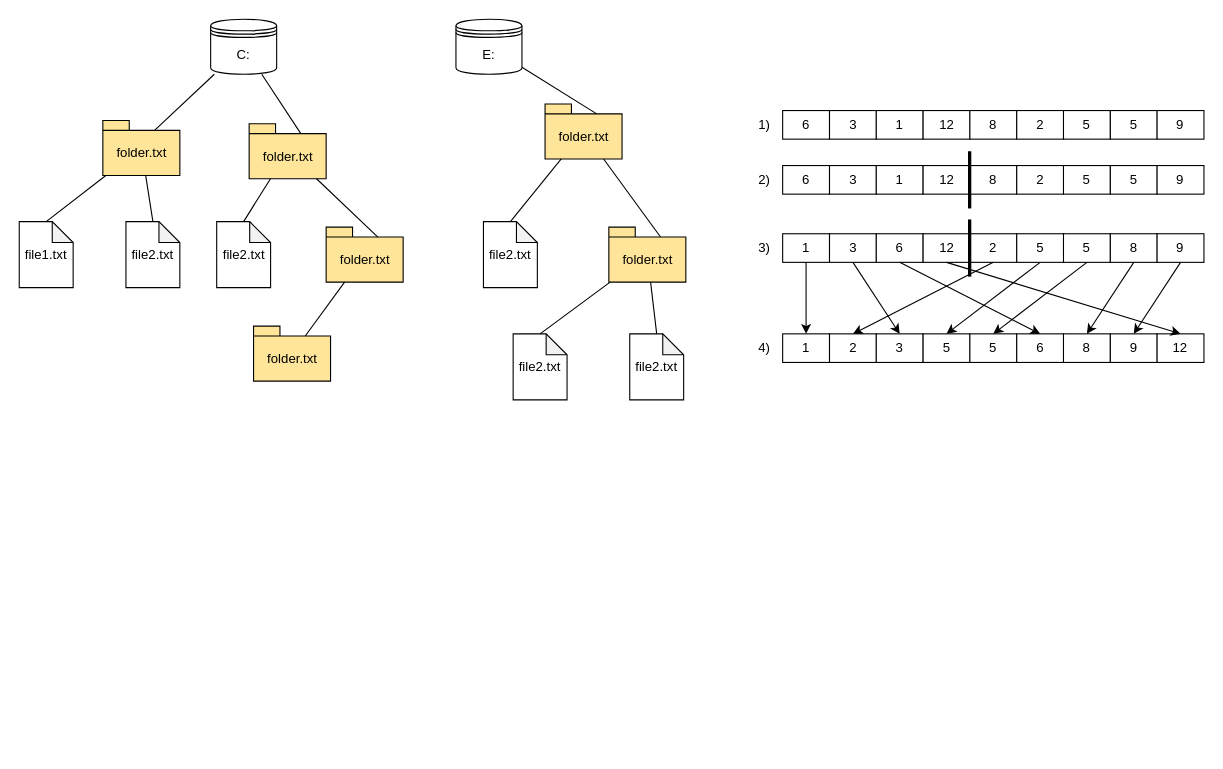
The draw.io diagram Tree.drawio in mycatislovely/python_study, before the edit. Source tidied: cells renumbered, new cells numbered last; positions are measured from the earlier drawing's top-left corner, leaving out a move shared by most shapes. Both pictures are drawn from the tidied source at 110%, with x=0, y=0 at pixel (19, 19).
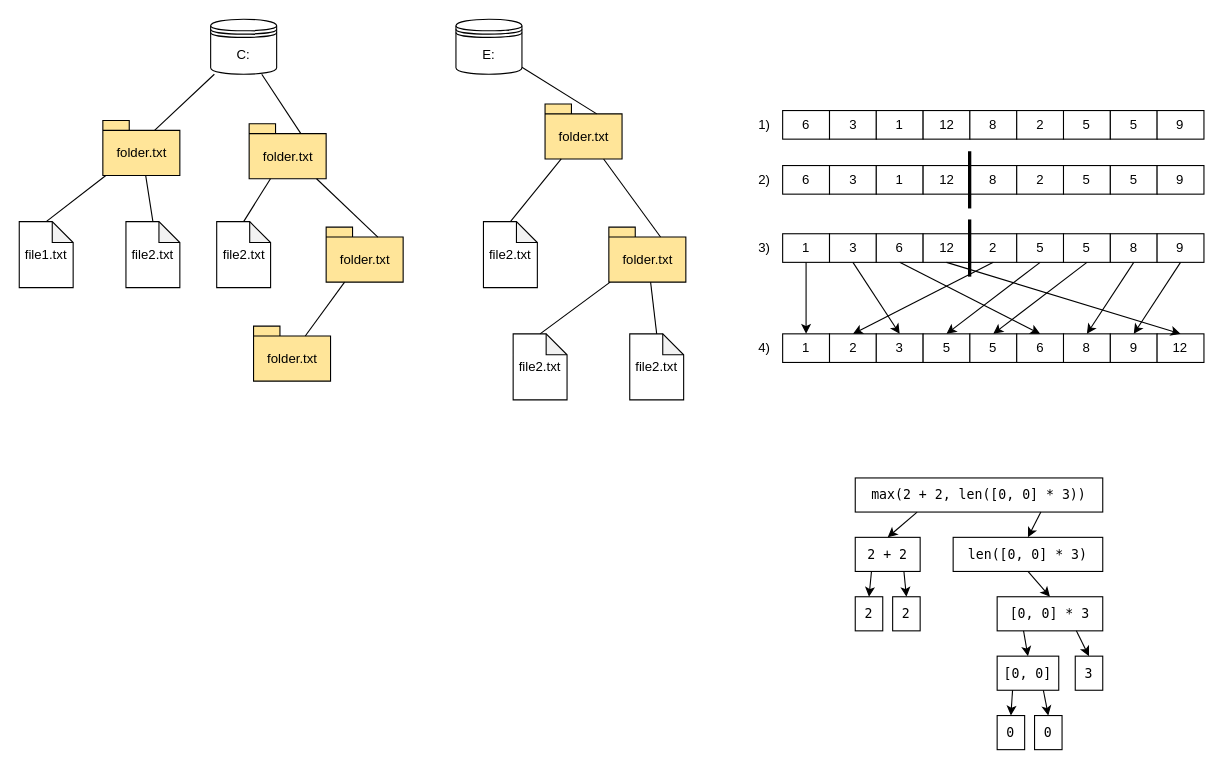
The same page after the edit.

What changed in the source:
```diff
@@
+    <mxCell id="83" value="max(2 + 2, len([0, 0] * 3))" style="rounded=0;whiteSpace=wrap;html=1;fontFamily=Lucida Console;" parent="1" vertex="1">
+      <mxGeometry x="760" y="417" width="225" height="31" as="geometry" />
+    </mxCell>
+    <mxCell id="84" value="2 + 2" style="rounded=0;whiteSpace=wrap;html=1;fontFamily=Lucida Console;" parent="1" vertex="1">
+      <mxGeometry x="760" y="471" width="59" height="31" as="geometry" />
+    </mxCell>
+    <mxCell id="85" style="endArrow=classic;html=1;rounded=0;strokeColor=default;strokeWidth=1;fontFamily=Lucida Console;exitX=0.25;exitY=1;exitDx=0;exitDy=0;entryX=0.5;entryY=0;entryDx=0;entryDy=0;" parent="1" edge="1" source="83" target="84">
+      <mxGeometry relative="1" as="geometry" />
+    </mxCell>
+    <mxCell id="86" value="len([0, 0] * 3)" style="rounded=0;whiteSpace=wrap;html=1;fontFamily=Lucida Console;" parent="1" vertex="1">
+      <mxGeometry x="849" y="471" width="136" height="31" as="geometry" />
+    </mxCell>
+    <mxCell id="87" style="endArrow=classic;html=1;rounded=0;strokeColor=default;strokeWidth=1;fontFamily=Lucida Console;exitX=0.75;exitY=1;exitDx=0;exitDy=0;entryX=0.5;entryY=0;entryDx=0;entryDy=0;" parent="1" edge="1" source="83" target="86">
+      <mxGeometry relative="1" as="geometry" />
+    </mxCell>
+    <mxCell id="88" value="2" style="rounded=0;whiteSpace=wrap;html=1;fontFamily=Lucida Console;" parent="1" vertex="1">
+      <mxGeometry x="760" y="525" width="25" height="31" as="geometry" />
+    </mxCell>
+    <mxCell id="89" style="endArrow=classic;html=1;rounded=0;strokeColor=default;strokeWidth=1;fontFamily=Lucida Console;exitX=0.25;exitY=1;exitDx=0;exitDy=0;entryX=0.5;entryY=0;entryDx=0;entryDy=0;" parent="1" edge="1" source="84" target="88">
+      <mxGeometry relative="1" as="geometry" />
+    </mxCell>
+    <mxCell id="90" value="2" style="rounded=0;whiteSpace=wrap;html=1;fontFamily=Lucida Console;" parent="1" vertex="1">
+      <mxGeometry x="794" y="525" width="25" height="31" as="geometry" />
+    </mxCell>
+    <mxCell id="91" style="endArrow=classic;html=1;rounded=0;strokeColor=default;strokeWidth=1;fontFamily=Lucida Console;exitX=0.75;exitY=1;exitDx=0;exitDy=0;entryX=0.5;entryY=0;entryDx=0;entryDy=0;" parent="1" edge="1" source="84" target="90">
+      <mxGeometry relative="1" as="geometry" />
+    </mxCell>
+    <mxCell id="92" value="[0, 0] * 3" style="rounded=0;whiteSpace=wrap;html=1;fontFamily=Lucida Console;" parent="1" vertex="1">
+      <mxGeometry x="889" y="525" width="96" height="31" as="geometry" />
+    </mxCell>
+    <mxCell id="93" style="endArrow=classic;html=1;rounded=0;strokeColor=default;strokeWidth=1;fontFamily=Lucida Console;exitX=0.5;exitY=1;exitDx=0;exitDy=0;entryX=0.5;entryY=0;entryDx=0;entryDy=0;" parent="1" edge="1" source="86" target="92">
+      <mxGeometry relative="1" as="geometry" />
+    </mxCell>
+    <mxCell id="94" value="[0, 0]" style="rounded=0;whiteSpace=wrap;html=1;fontFamily=Lucida Console;" parent="1" vertex="1">
+      <mxGeometry x="889" y="579" width="56" height="31" as="geometry" />
+    </mxCell>
+    <mxCell id="95" value="3" style="rounded=0;whiteSpace=wrap;html=1;fontFamily=Lucida Console;" parent="1" vertex="1">
+      <mxGeometry x="960" y="579" width="25" height="31" as="geometry" />
+    </mxCell>
+    <mxCell id="96" style="endArrow=classic;html=1;rounded=0;strokeColor=default;strokeWidth=1;fontFamily=Lucida Console;exitX=0.75;exitY=1;exitDx=0;exitDy=0;entryX=0.5;entryY=0;entryDx=0;entryDy=0;" parent="1" edge="1" source="92" target="95">
+      <mxGeometry relative="1" as="geometry" />
+    </mxCell>
+    <mxCell id="97" style="endArrow=classic;html=1;rounded=0;strokeColor=default;strokeWidth=1;fontFamily=Lucida Console;exitX=0.25;exitY=1;exitDx=0;exitDy=0;entryX=0.5;entryY=0;entryDx=0;entryDy=0;" parent="1" edge="1" source="92" target="94">
+      <mxGeometry relative="1" as="geometry" />
+    </mxCell>
+    <mxCell id="98" value="0" style="rounded=0;whiteSpace=wrap;html=1;fontFamily=Lucida Console;" parent="1" vertex="1">
+      <mxGeometry x="889" y="633" width="25" height="31" as="geometry" />
+    </mxCell>
+    <mxCell id="99" style="endArrow=classic;html=1;rounded=0;strokeColor=default;strokeWidth=1;fontFamily=Lucida Console;exitX=0.25;exitY=1;exitDx=0;exitDy=0;entryX=0.5;entryY=0;entryDx=0;entryDy=0;" parent="1" edge="1" source="94" target="98">
+      <mxGeometry relative="1" as="geometry" />
+    </mxCell>
+    <mxCell id="100" value="0" style="rounded=0;whiteSpace=wrap;html=1;fontFamily=Lucida Console;" parent="1" vertex="1">
+      <mxGeometry x="923" y="633" width="25" height="31" as="geometry" />
+    </mxCell>
+    <mxCell id="101" style="endArrow=classic;html=1;rounded=0;strokeColor=default;strokeWidth=1;fontFamily=Lucida Console;exitX=0.75;exitY=1;exitDx=0;exitDy=0;entryX=0.5;entryY=0;entryDx=0;entryDy=0;" parent="1" edge="1" source="94" target="100">
+      <mxGeometry relative="1" as="geometry" />
+    </mxCell>
```
